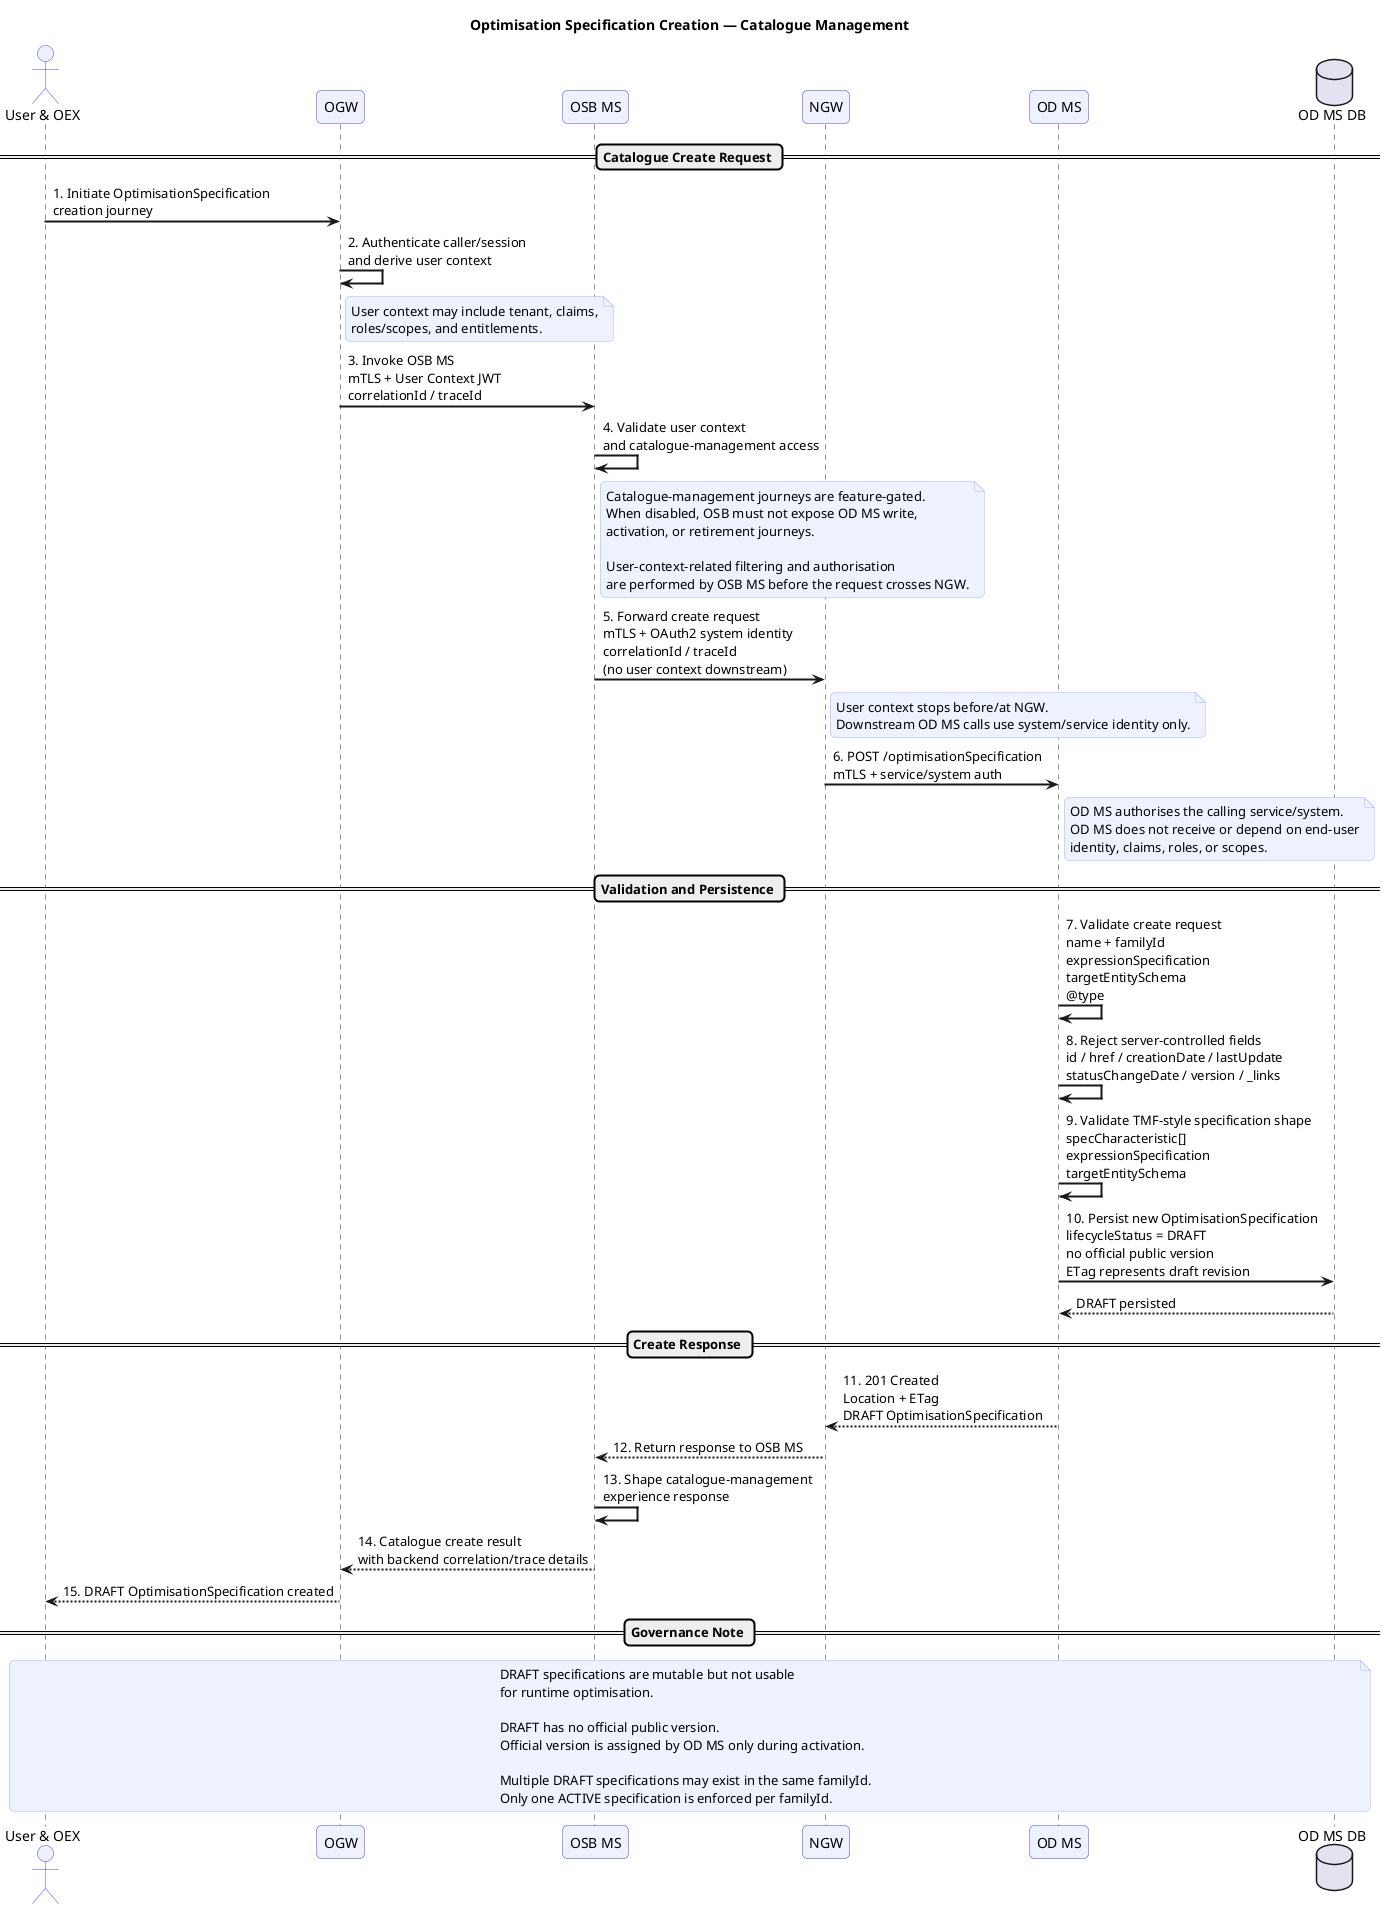
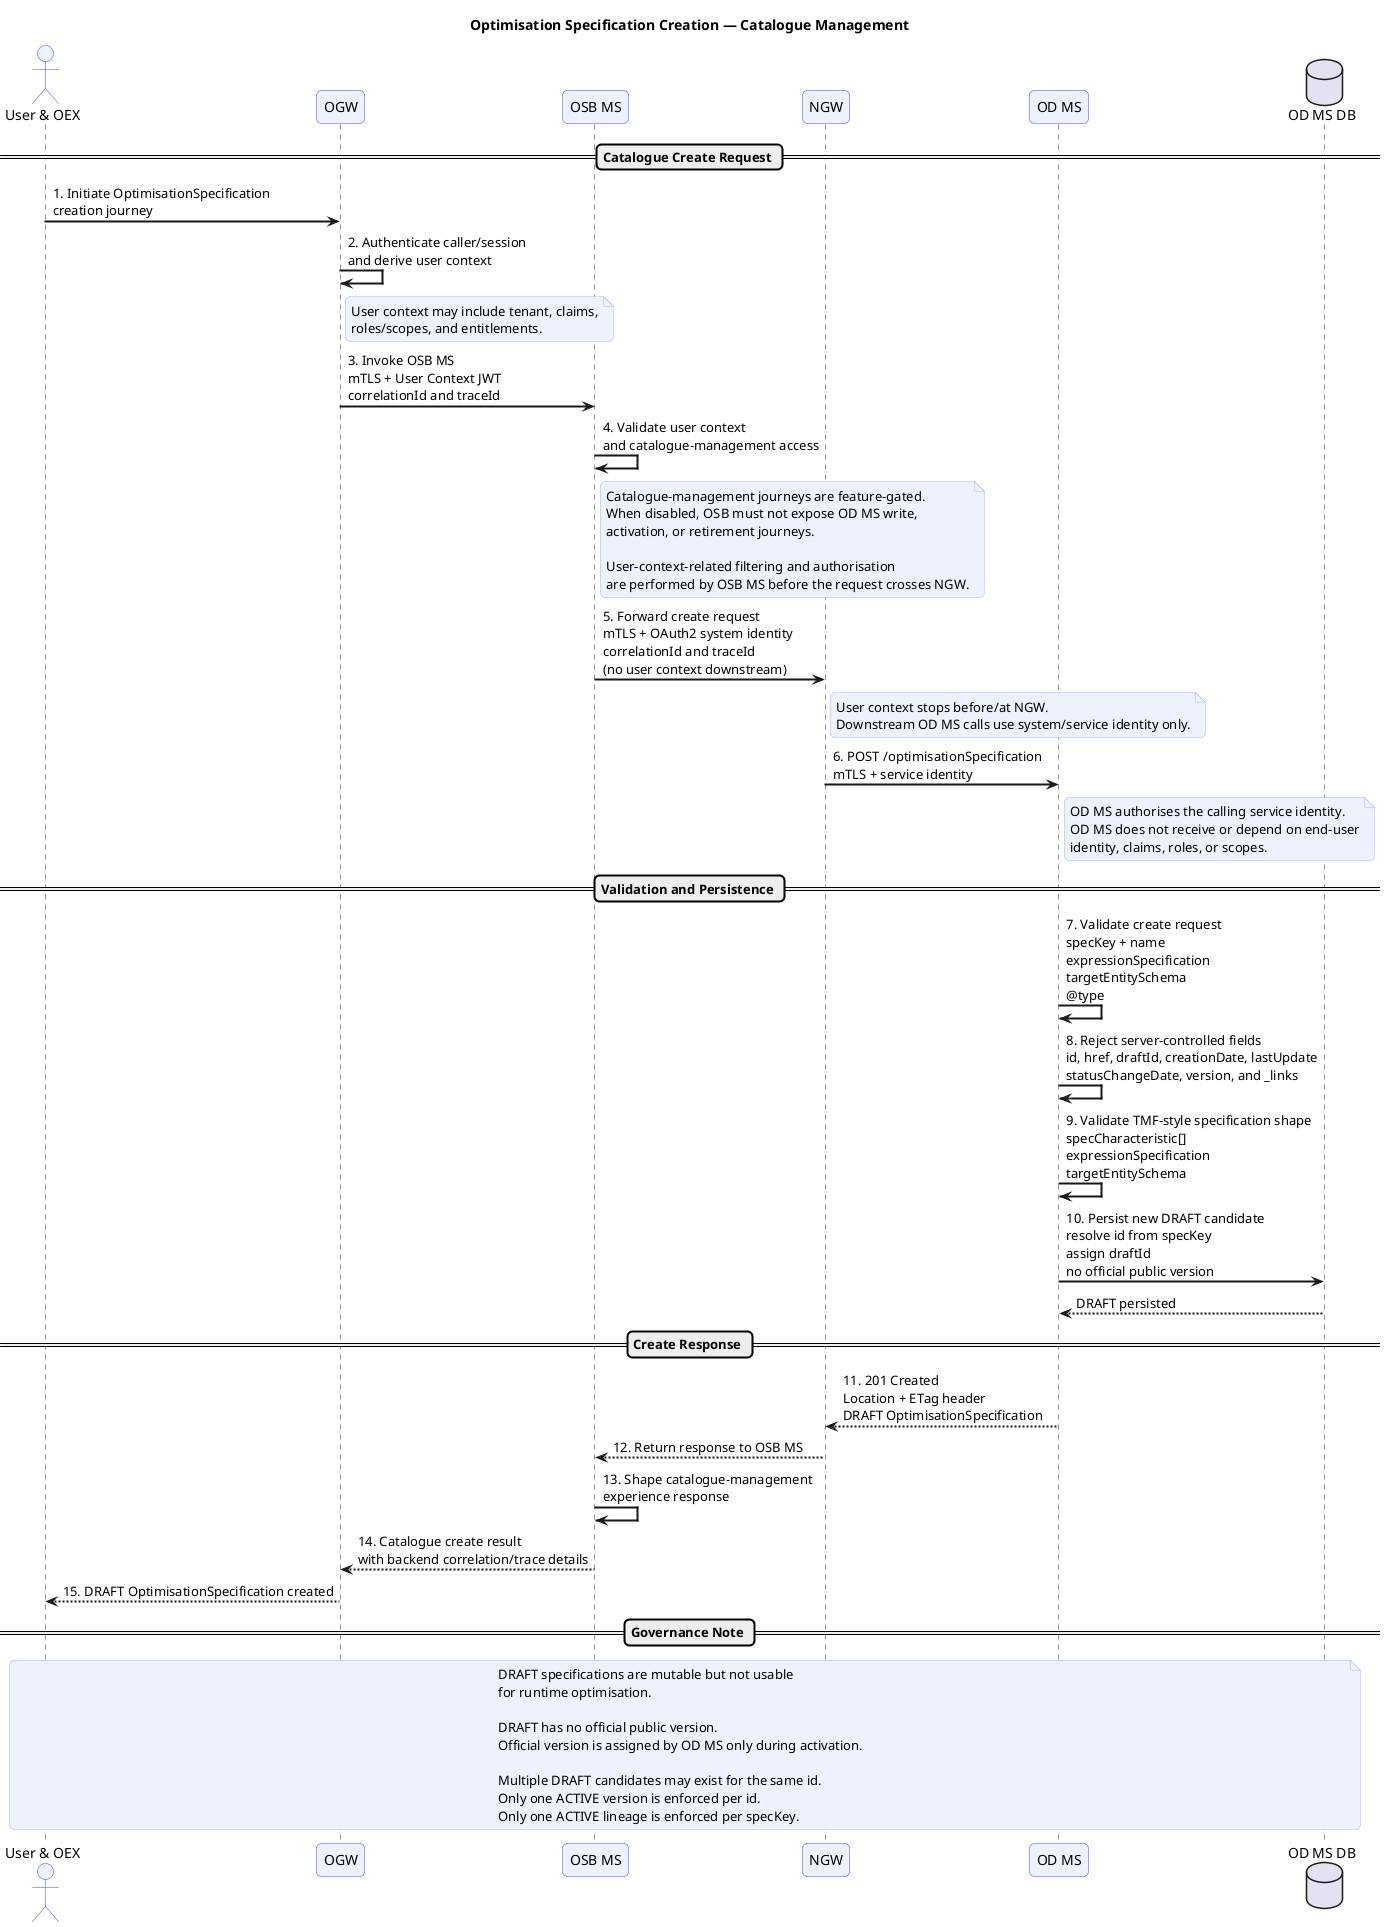
@startuml
title Optimisation Specification Creation — Catalogue Management

skinparam sequenceArrowThickness 2
skinparam roundcorner 10
skinparam sequenceParticipantBackgroundColor #EEF2FF
skinparam sequenceParticipantBorderColor #4F46E5
skinparam sequenceActorBackgroundColor #EEF2FF
skinparam sequenceActorBorderColor #4F46E5
skinparam noteBorderColor #A5B4FC
skinparam noteBackgroundColor #EEF2FF

actor "User & OEX" as Caller
participant "OGW" as OGW
participant "OSB MS" as OSB
participant "NGW" as NGW
participant "OD MS" as ODMS
database "OD MS DB" as ODDB

== Catalogue Create Request ==

Caller -> OGW : 1. Initiate OptimisationSpecification\ncreation journey
OGW -> OGW : 2. Authenticate caller/session\nand derive user context

note right of OGW
User context may include tenant, claims,
roles/scopes, and entitlements.
end note

- OGW -> OSB : 3. Invoke OSB MS\nmTLS + User Context JWT\ncorrelationId / traceId
+ OGW -> OSB : 3. Invoke OSB MS\nmTLS + User Context JWT\ncorrelationId and traceId

OSB -> OSB : 4. Validate user context\nand catalogue-management access

note right of OSB
Catalogue-management journeys are feature-gated.
When disabled, OSB must not expose OD MS write,
activation, or retirement journeys.

User-context-related filtering and authorisation
are performed by OSB MS before the request crosses NGW.
end note

- OSB -> NGW : 5. Forward create request\nmTLS + OAuth2 system identity\ncorrelationId / traceId\n(no user context downstream)
+ OSB -> NGW : 5. Forward create request\nmTLS + OAuth2 system identity\ncorrelationId and traceId\n(no user context downstream)

note right of NGW
User context stops before/at NGW.
Downstream OD MS calls use system/service identity only.
end note

- NGW -> ODMS : 6. POST /optimisationSpecification\nmTLS + service/system auth
+ NGW -> ODMS : 6. POST /optimisationSpecification\nmTLS + service identity

note right of ODMS
- OD MS authorises the calling service/system.
+ OD MS authorises the calling service identity.
OD MS does not receive or depend on end-user
identity, claims, roles, or scopes.
end note

== Validation and Persistence ==

- ODMS -> ODMS : 7. Validate create request\nname + familyId\nexpressionSpecification\ntargetEntitySchema\n@type
- ODMS -> ODMS : 8. Reject server-controlled fields\nid / href / creationDate / lastUpdate\nstatusChangeDate / version / _links
+ ODMS -> ODMS : 7. Validate create request\nspecKey + name\nexpressionSpecification\ntargetEntitySchema\n@type
+ ODMS -> ODMS : 8. Reject server-controlled fields\nid, href, draftId, creationDate, lastUpdate\nstatusChangeDate, version, and _links
ODMS -> ODMS : 9. Validate TMF-style specification shape\nspecCharacteristic[]\nexpressionSpecification\ntargetEntitySchema

- ODMS -> ODDB : 10. Persist new OptimisationSpecification\nlifecycleStatus = DRAFT\nno official public version\nETag represents draft revision
+ ODMS -> ODDB : 10. Persist new DRAFT candidate\nresolve id from specKey\nassign draftId\nno official public version
ODDB --> ODMS : DRAFT persisted

== Create Response ==

- ODMS --> NGW : 11. 201 Created\nLocation + ETag\nDRAFT OptimisationSpecification
+ ODMS --> NGW : 11. 201 Created\nLocation + ETag header\nDRAFT OptimisationSpecification
NGW --> OSB : 12. Return response to OSB MS

OSB -> OSB : 13. Shape catalogue-management\nexperience response
OSB --> OGW : 14. Catalogue create result\nwith backend correlation/trace details
OGW --> Caller : 15. DRAFT OptimisationSpecification created

== Governance Note ==

note over Caller, ODDB
DRAFT specifications are mutable but not usable
for runtime optimisation.

DRAFT has no official public version.
Official version is assigned by OD MS only during activation.

- Multiple DRAFT specifications may exist in the same familyId.
- Only one ACTIVE specification is enforced per familyId.
+ Multiple DRAFT candidates may exist for the same id.
+ Only one ACTIVE version is enforced per id.
+ Only one ACTIVE lineage is enforced per specKey.
end note

@enduml
